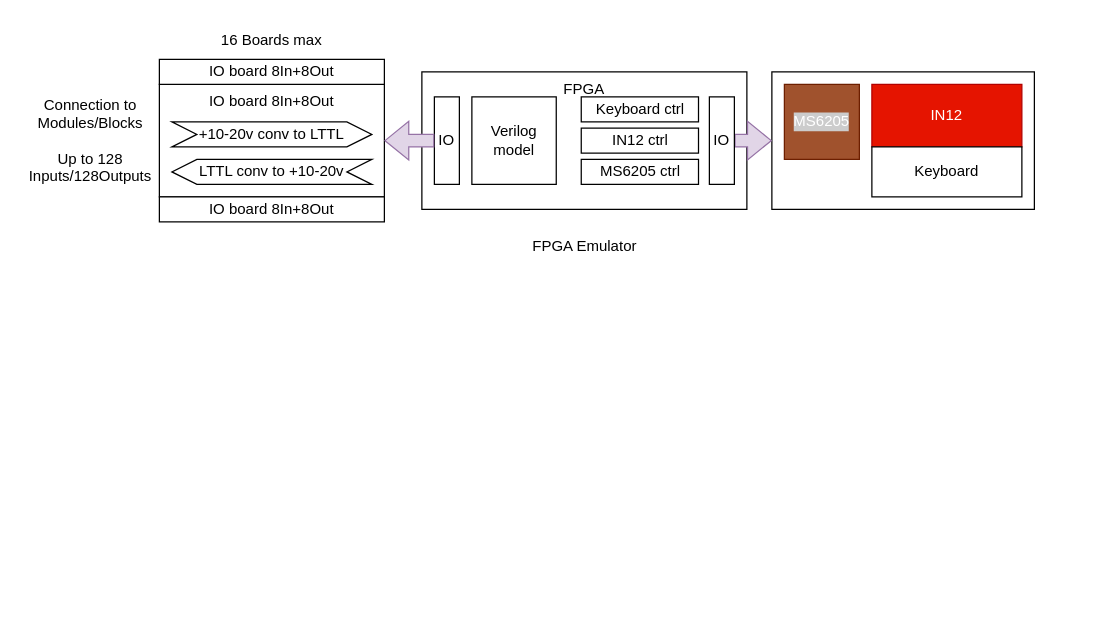
The draw.io diagram page "FPGA emulator" (3 of 6) of doc/DekatronPC.drawio in radiolok/dekatronpc, before the edit. Source tidied: cells renumbered, new cells numbered last; positions are measured from the earlier drawing's top-left corner, leaving out a move shared by most shapes. Both pictures are drawn from the tidied source at 125%, with x=0, y=0 at pixel (21, 21).
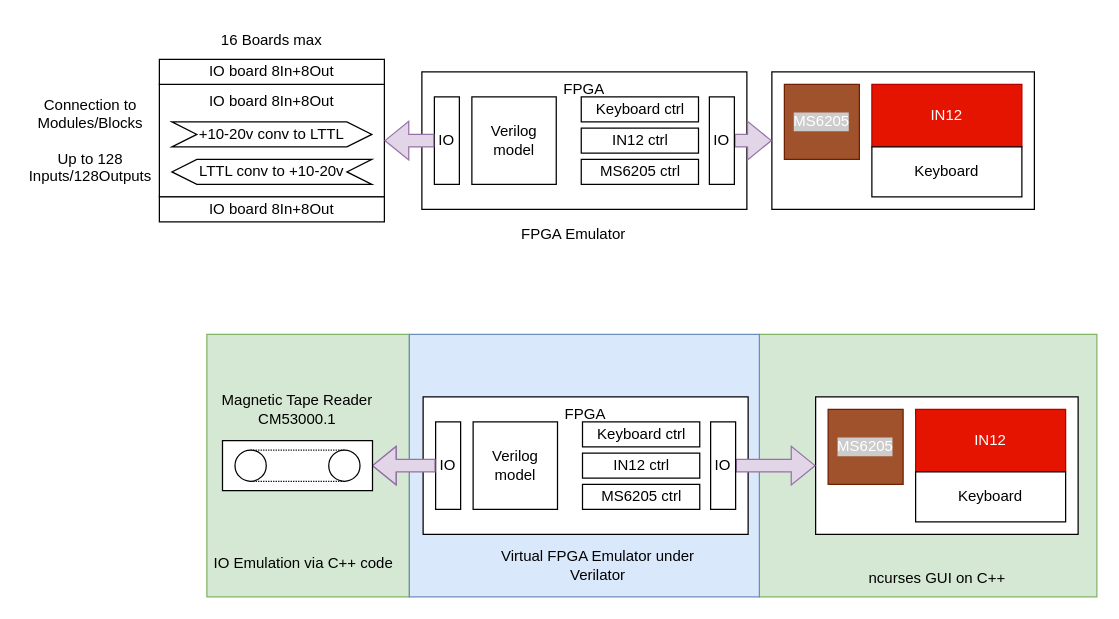
Above is the later version.

Diff of the diagram source:
```diff
@@
+    <mxCell id="23" style="rounded=0;whiteSpace=wrap;html=1;fillColor=#d5e8d4;strokeColor=#82b366;" parent="1" vertex="1">
+      <mxGeometry x="148" y="250" width="162" height="210" as="geometry" />
+    </mxCell>
+    <mxCell id="24" style="rounded=0;whiteSpace=wrap;html=1;fillColor=#d5e8d4;strokeColor=#82b366;" parent="1" vertex="1">
+      <mxGeometry x="590" y="250" width="270" height="210" as="geometry" />
+    </mxCell>
+    <mxCell id="25" style="rounded=0;whiteSpace=wrap;html=1;fillColor=#dae8fc;strokeColor=#6c8ebf;" parent="1" vertex="1">
+      <mxGeometry x="310" y="250" width="280" height="210" as="geometry" />
+    </mxCell>
@@
-    <mxCell id="8" value="FPGA Emulator" style="text;html=1;strokeColor=none;fillColor=none;align=center;verticalAlign=middle;whiteSpace=wrap;rounded=0;" parent="1" vertex="1">
-      <mxGeometry x="397.5" y="170" width="105" height="20" as="geometry" />
+    <mxCell id="8" value="Virtual FPGA Emulator under Verilator" style="text;html=1;strokeColor=none;fillColor=none;align=center;verticalAlign=middle;whiteSpace=wrap;rounded=0;" parent="1" vertex="1">
+      <mxGeometry x="360" y="410" width="201.5" height="50" as="geometry" />
     </mxCell>
@@
+    <mxCell id="26" value="FPGA" style="rounded=0;whiteSpace=wrap;html=1;verticalAlign=top;" parent="1" vertex="1">
+      <mxGeometry x="321" y="300" width="260" height="110" as="geometry" />
+    </mxCell>
+    <mxCell id="27" style="rounded=0;whiteSpace=wrap;html=1;" parent="1" vertex="1">
+      <mxGeometry x="635" y="300" width="210" height="110" as="geometry" />
+    </mxCell>
+    <mxCell id="28" value="MS6205" style="rounded=0;whiteSpace=wrap;html=1;labelBackgroundColor=#CCCCCC;fillColor=#a0522d;fontColor=#ffffff;strokeColor=#6D1F00;" parent="1" vertex="1">
+      <mxGeometry x="645" y="310" width="60" height="60" as="geometry" />
+    </mxCell>
+    <mxCell id="29" value="IN12" style="rounded=0;whiteSpace=wrap;html=1;fillColor=#e51400;fontColor=#ffffff;strokeColor=#B20000;" parent="1" vertex="1">
+      <mxGeometry x="715" y="310" width="120" height="50" as="geometry" />
+    </mxCell>
+    <mxCell id="30" value="Keyboard" style="rounded=0;whiteSpace=wrap;html=1;" parent="1" vertex="1">
+      <mxGeometry x="715" y="360" width="120" height="40" as="geometry" />
+    </mxCell>
+    <mxCell id="31" value="FPGA Emulator" style="text;html=1;strokeColor=none;fillColor=none;align=center;verticalAlign=middle;whiteSpace=wrap;rounded=0;" parent="1" vertex="1">
+      <mxGeometry x="388.5" y="160" width="105" height="20" as="geometry" />
+    </mxCell>
+    <mxCell id="32" value="Verilog model" style="rounded=0;whiteSpace=wrap;html=1;" parent="1" vertex="1">
+      <mxGeometry x="361" y="320" width="67.5" height="70" as="geometry" />
+    </mxCell>
+    <mxCell id="33" value="IO" style="rounded=0;whiteSpace=wrap;html=1;horizontal=1;" parent="1" vertex="1">
+      <mxGeometry x="331" y="320" width="20" height="70" as="geometry" />
+    </mxCell>
+    <mxCell id="34" style="edgeStyle=orthogonalEdgeStyle;rounded=0;jettySize=auto;html=1;exitX=0;exitY=0.5;exitDx=0;exitDy=0;shape=flexArrow;fillColor=#e1d5e7;strokeColor=#9673a6;" parent="1" edge="1" source="33">
+      <mxGeometry relative="1" as="geometry">
+        <mxPoint x="280" y="355" as="targetPoint" />
+      </mxGeometry>
+    </mxCell>
+    <mxCell id="35" value="Keyboard ctrl" style="rounded=0;whiteSpace=wrap;html=1;" parent="1" vertex="1">
+      <mxGeometry x="448.5" y="320" width="93.8" height="20" as="geometry" />
+    </mxCell>
+    <mxCell id="36" value="IN12 ctrl" style="rounded=0;whiteSpace=wrap;html=1;" parent="1" vertex="1">
+      <mxGeometry x="448.5" y="345" width="93.8" height="20" as="geometry" />
+    </mxCell>
+    <mxCell id="37" value="MS6205 ctrl" style="rounded=0;whiteSpace=wrap;html=1;" parent="1" vertex="1">
+      <mxGeometry x="448.5" y="370" width="93.8" height="20" as="geometry" />
+    </mxCell>
+    <mxCell id="38" style="edgeStyle=orthogonalEdgeStyle;rounded=0;jettySize=auto;html=1;exitX=1;exitY=0.5;exitDx=0;exitDy=0;entryX=0;entryY=0.5;entryDx=0;entryDy=0;shape=flexArrow;fillColor=#e1d5e7;strokeColor=#9673a6;" parent="1" edge="1" source="39" target="27">
+      <mxGeometry relative="1" as="geometry" />
+    </mxCell>
+    <mxCell id="39" value="IO" style="rounded=0;whiteSpace=wrap;html=1;" parent="1" vertex="1">
+      <mxGeometry x="551" y="320" width="20" height="70" as="geometry" />
+    </mxCell>
+    <mxCell id="40" value="ncurses GUI on C++" style="text;html=1;strokeColor=none;fillColor=none;align=center;verticalAlign=middle;whiteSpace=wrap;rounded=0;" parent="1" vertex="1">
+      <mxGeometry x="655" y="430" width="155" height="30" as="geometry" />
+    </mxCell>
+    <mxCell id="41" value="IO Emulation via C++ code" style="text;html=1;strokeColor=none;fillColor=none;align=center;verticalAlign=middle;whiteSpace=wrap;rounded=0;" parent="1" vertex="1">
+      <mxGeometry x="148" y="418" width="155" height="30" as="geometry" />
+    </mxCell>
+    <mxCell id="42" style="verticalLabelPosition=bottom;align=center;dashed=0;html=1;verticalAlign=top;shape=mxgraph.pid.misc.conveyor_(chain,_closed);" parent="1" vertex="1">
+      <mxGeometry x="160.5" y="335" width="120" height="40" as="geometry" />
+    </mxCell>
+    <mxCell id="43" value="Magnetic Tape Reader&lt;br&gt;CM53000.1" style="text;html=1;strokeColor=none;fillColor=none;align=center;verticalAlign=middle;whiteSpace=wrap;rounded=0;" parent="1" vertex="1">
+      <mxGeometry x="139" y="295" width="163" height="30" as="geometry" />
+    </mxCell>
```
